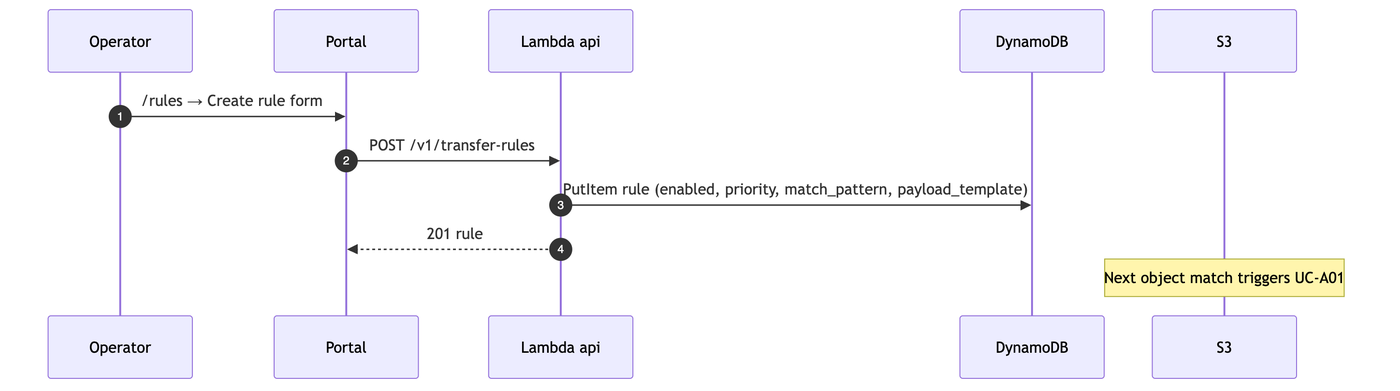
The Mermaid diagram docs/sequence-diagrams/png/UC-PO02.png in bayareala8s/BayRelayAI, before a commit. Its source is kept beside it as docs/sequence-diagrams/mmd/UC-PO02.mmd. The source it was exported from:
```mermaid
sequenceDiagram
  autonumber
  participant Op as Operator
  participant Portal as Portal
  participant API as Lambda api
  participant DDB as DynamoDB

  Op->>Portal: /rules → Create rule form
  Portal->>API: POST /v1/transfer-rules
  API->>DDB: PutItem rule (enabled, priority, match_pattern, payload_template)
  API-->>Portal: 201 rule
  Note over S3: Next object match triggers UC-A01
```
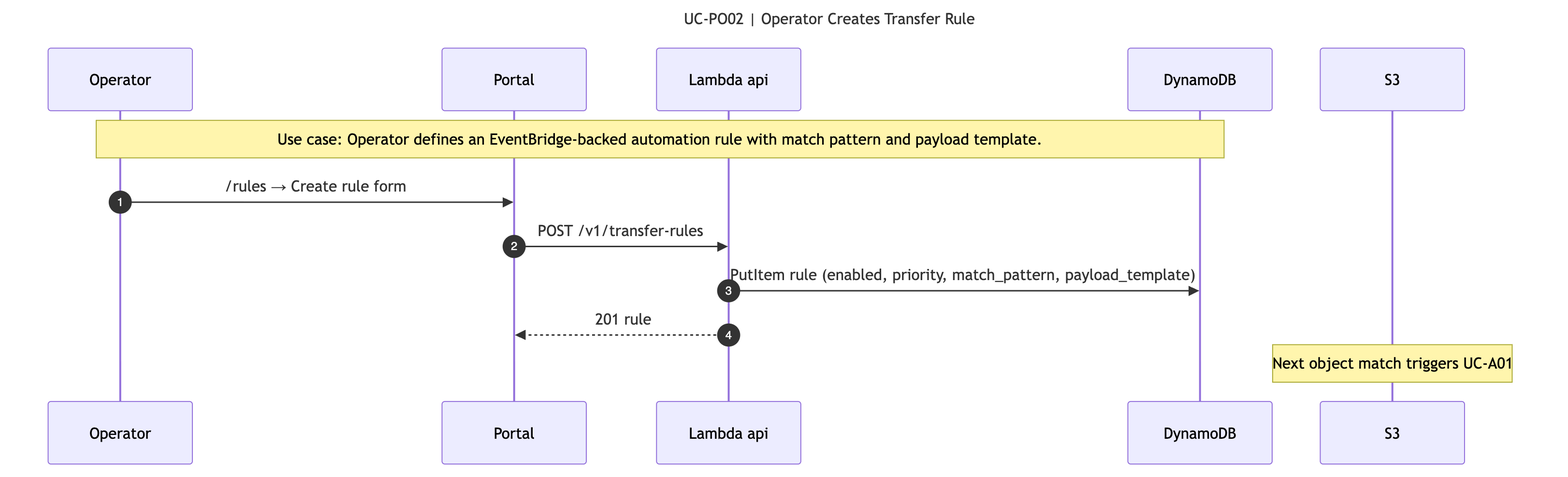
After the change.

The edit, as a diff of the source:
```diff
@@ -1,9 +1,13 @@
+---
+title: UC-PO02 | Operator Creates Transfer Rule
+---
 sequenceDiagram
   autonumber
   participant Op as Operator
   participant Portal as Portal
   participant API as Lambda api
   participant DDB as DynamoDB
+  Note over Op,DDB: Use case: Operator defines an EventBridge-backed automation rule with match pattern and payload template.
 
   Op->>Portal: /rules → Create rule form
   Portal->>API: POST /v1/transfer-rules
```
